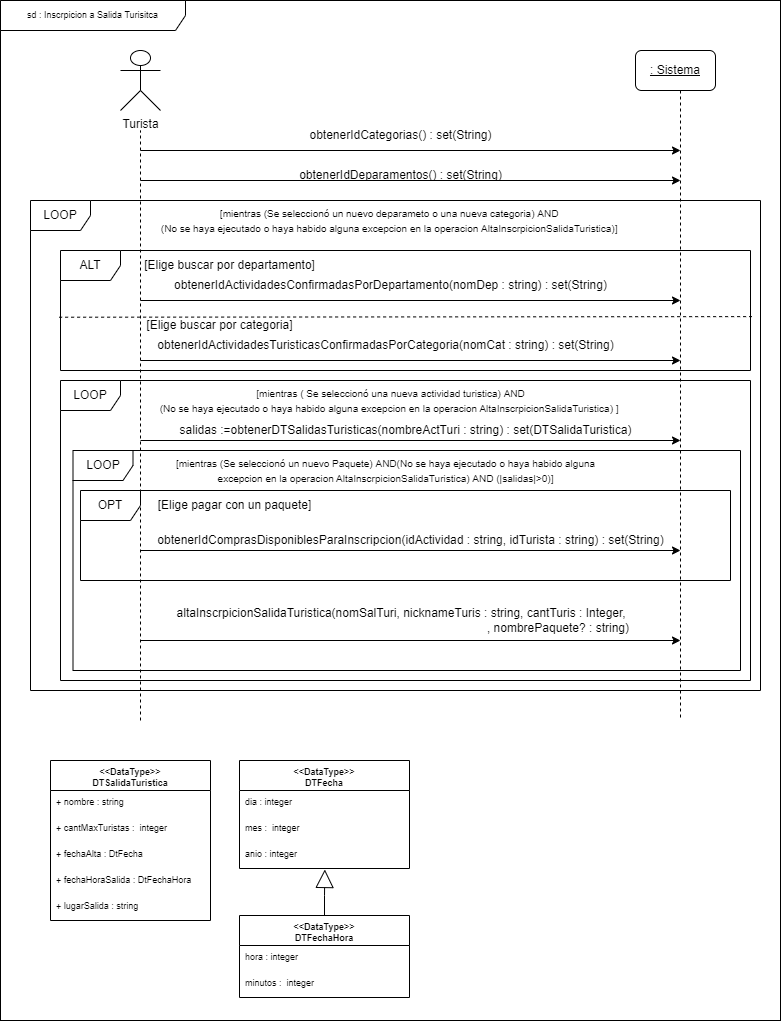
FacundoDiaz00/Taller-de-Programaci-n keeps this draw.io diagram as docs/Iteración 2/Análisis/DSS Servidor web/Inscripción a Salida Turística.png. Above is the earlier version. Source tidied: cells renumbered, new cells last; positions are measured from the earlier drawing's top-left corner, leaving out a move shared by most shapes.
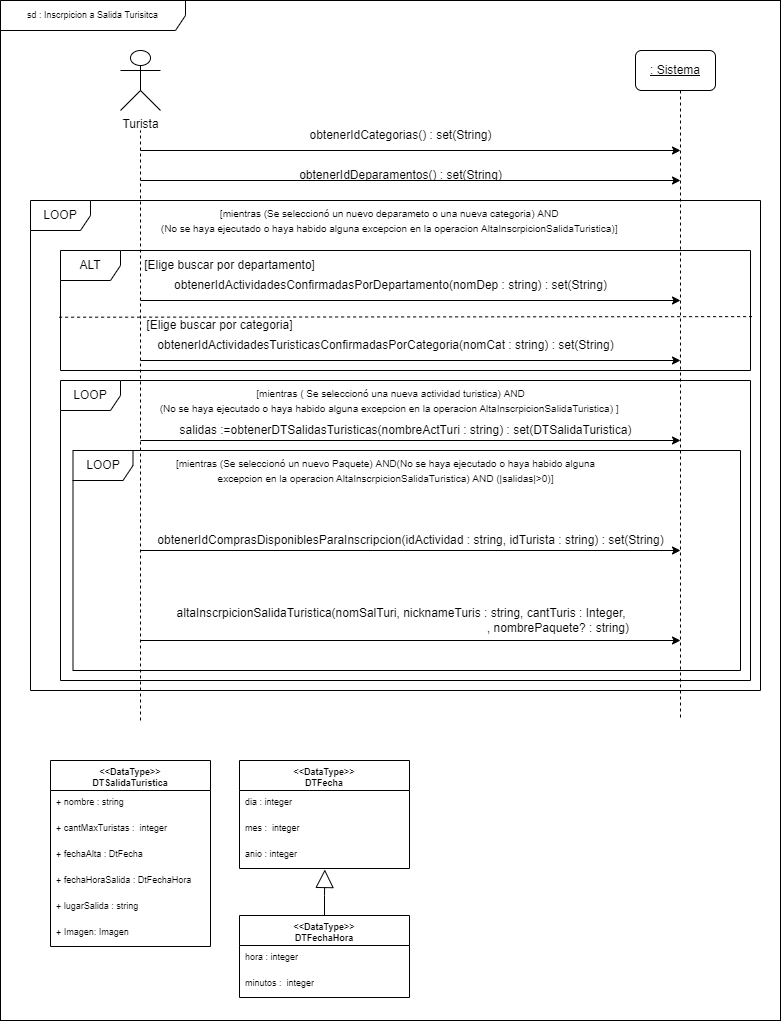
The same file after the commit.

Commit message:
Correccion DSS Inscripcion a salida Turística

Change to the diagram source:
```diff
@@ -23,9 +23,6 @@
     <mxCell id="7" value="LOOP" style="shape=umlFrame;whiteSpace=wrap;html=1;" parent="1" vertex="1">
       <mxGeometry x="72.5" y="450" width="667.5" height="220" as="geometry" />
     </mxCell>
-    <mxCell id="8" value="OPT" style="shape=umlFrame;whiteSpace=wrap;html=1;" parent="1" vertex="1">
-      <mxGeometry x="80" y="490" width="650" height="90" as="geometry" />
-    </mxCell>
     <mxCell id="9" value="Turista" style="shape=umlActor;verticalLabelPosition=bottom;verticalAlign=top;html=1;rounded=1;" parent="1" vertex="1">
       <mxGeometry x="120" y="50" width="40" height="60" as="geometry" />
     </mxCell>
@@ -71,7 +68,7 @@
       <mxGeometry x="160" y="600" width="470" height="40" as="geometry" />
     </mxCell>
     <mxCell id="20" value="&lt;&lt;DataType&gt;&gt;&#10;DTSalidaTuristica&#10;&#10;" style="swimlane;fontStyle=1;align=center;verticalAlign=top;horizontal=1;startSize=30;fontSize=9;" parent="1" vertex="1">
-      <mxGeometry x="50" y="760" width="160" height="160" as="geometry" />
+      <mxGeometry x="50" y="760" width="160" height="186" as="geometry" />
     </mxCell>
     <mxCell id="21" value="+ nombre : string" style="text;strokeColor=none;fillColor=none;align=left;verticalAlign=top;spacingLeft=4;spacingRight=4;overflow=hidden;fontSize=9;" parent="20" vertex="1">
       <mxGeometry y="30" width="160" height="26" as="geometry" />
@@ -88,6 +85,9 @@
     <mxCell id="25" value="+ lugarSalida : string" style="text;strokeColor=none;fillColor=none;align=left;verticalAlign=top;spacingLeft=4;spacingRight=4;overflow=hidden;fontSize=9;" parent="20" vertex="1">
       <mxGeometry y="134" width="160" height="26" as="geometry" />
     </mxCell>
+    <mxCell id="48" value="+ Imagen: Imagen" style="text;strokeColor=none;fillColor=none;align=left;verticalAlign=top;spacingLeft=4;spacingRight=4;overflow=hidden;fontSize=9;" parent="20" vertex="1">
+      <mxGeometry y="160" width="160" height="26" as="geometry" />
+    </mxCell>
     <mxCell id="26" value="&lt;&lt;DataType&gt;&gt;&#10;DTFecha&#10;&#10;" style="swimlane;fontStyle=1;align=center;verticalAlign=top;horizontal=1;startSize=30;fontSize=9;" parent="1" vertex="1">
       <mxGeometry x="239" y="760" width="170" height="108" as="geometry" />
     </mxCell>
@@ -151,9 +151,6 @@
     <mxCell id="43" value="obtenerIdActividadesTuristicasConfirmadasPorCategoria(nomCat : string) : set(String)" style="text;html=1;align=center;verticalAlign=middle;strokeColor=none;fillColor=none;" parent="1" vertex="1">
       <mxGeometry x="145" y="330" width="480" height="30" as="geometry" />
     </mxCell>
-    <mxCell id="44" value="[Elige pagar con un paquete]" style="text;html=1;align=center;verticalAlign=middle;strokeColor=none;fillColor=none;" parent="1" vertex="1">
-      <mxGeometry x="144" y="490" width="180" height="30" as="geometry" />
-    </mxCell>
     <mxCell id="45" style="endArrow=classic;html=1;rounded=0;" parent="1" edge="1">
       <mxGeometry relative="1" as="geometry">
         <mxPoint x="140" y="550" as="sourcePoint" />
```
